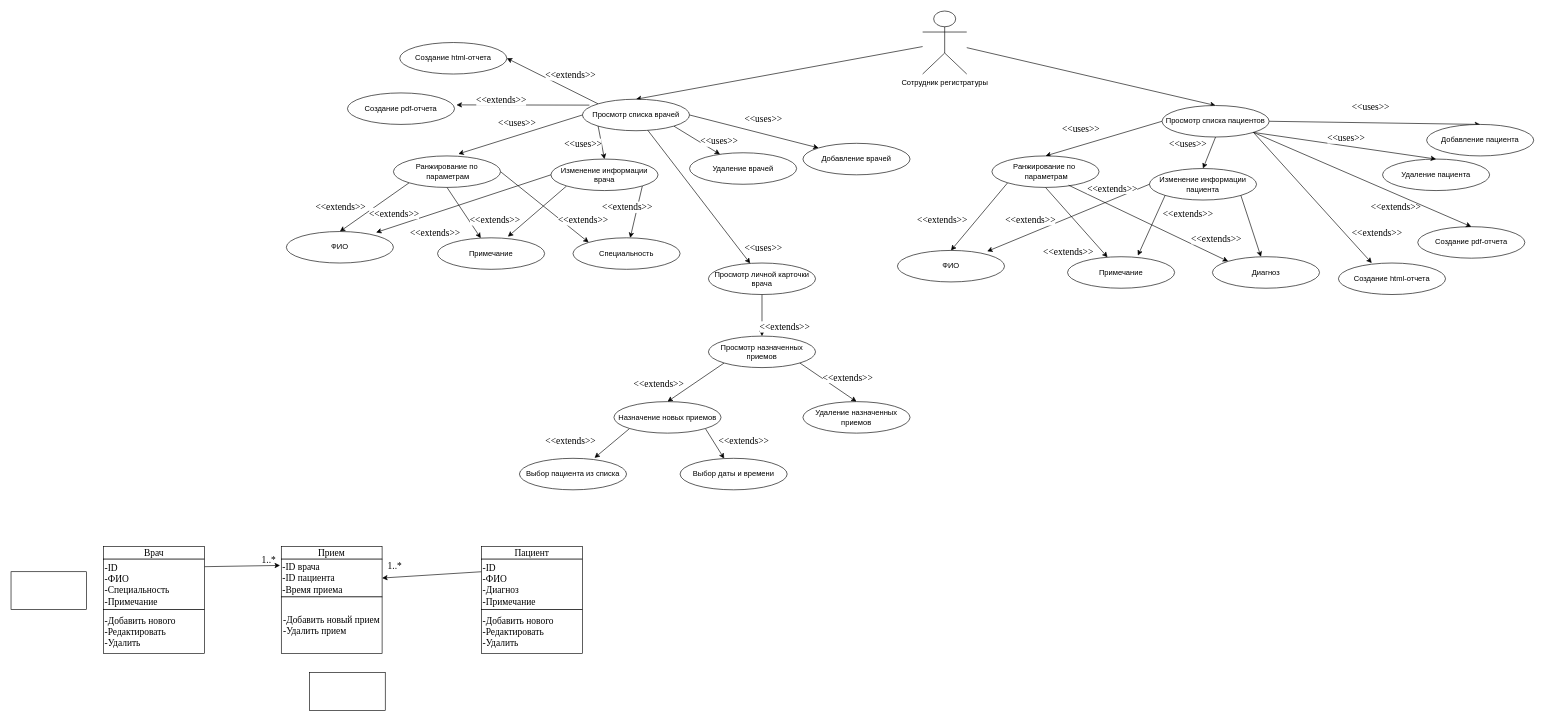
Above: page "Page-1" (1 of 3) of UML/UseCase.drawio in SlepovEltech/HospitalRegistry (draw.io), before the change. Source tidied: cells renumbered, new cells numbered last; positions are measured from the earlier drawing's top-left corner, leaving out a move shared by most shapes. Both pictures are drawn from the tidied source at 63%, with x=0, y=0 at pixel (11, 11).
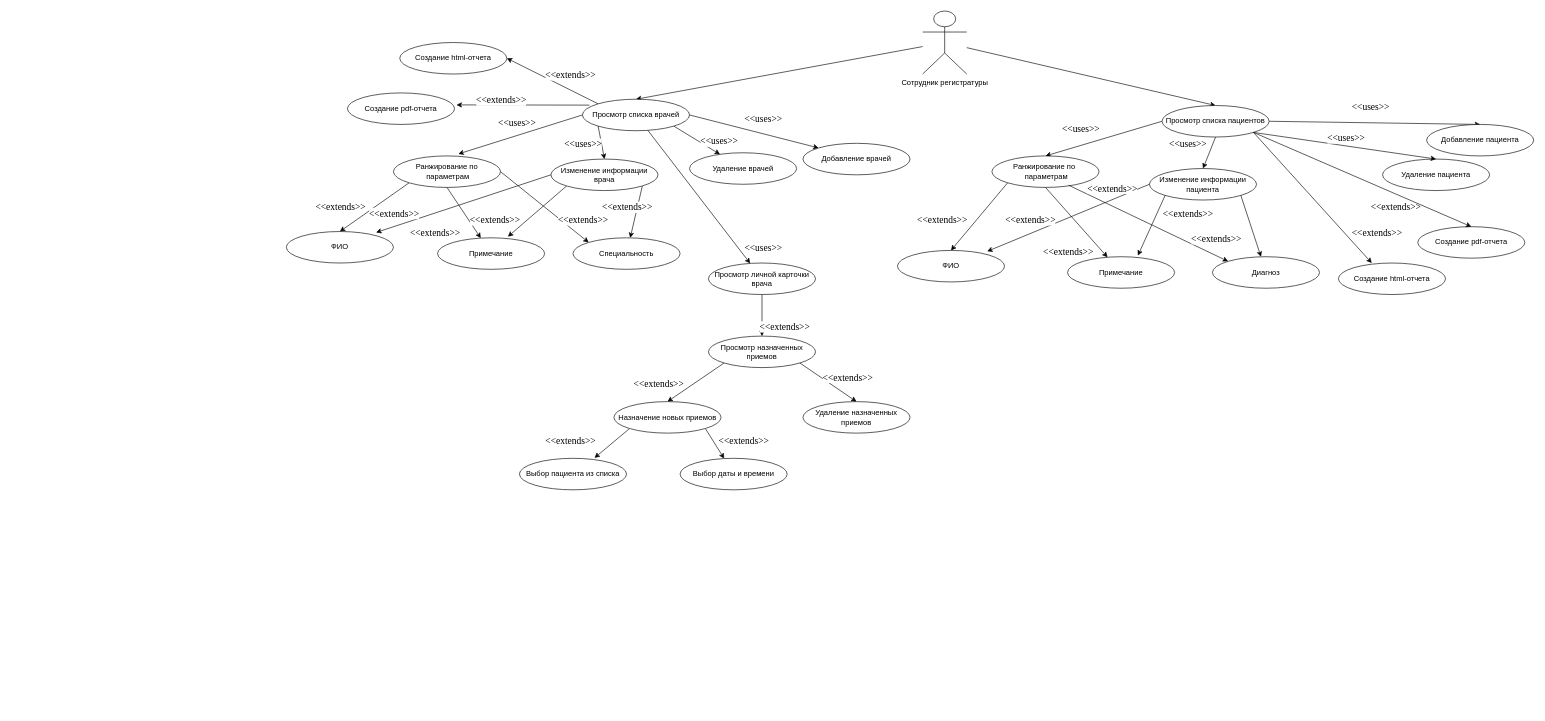
Above is the later version.

The edit, as a diff of the source:
```diff
@@
-    <mxCell id="91" value="Врач" style="rounded=0;whiteSpace=wrap;html=1;fontFamily=Times New Roman;fontSize=15;" parent="1" vertex="1">
-      <mxGeometry x="147" y="850" width="160" height="20" as="geometry" />
-    </mxCell>
-    <mxCell id="92" style="edgeStyle=none;rounded=0;jettySize=auto;html=1;exitX=1;exitY=0.15;exitDx=0;exitDy=0;strokeColor=#000000;fontFamily=Times New Roman;fontSize=15;exitPerimeter=0;" parent="1" edge="1" source="93">
-      <mxGeometry relative="1" as="geometry">
-        <mxPoint x="427" y="880" as="targetPoint" />
-      </mxGeometry>
-    </mxCell>
-    <mxCell id="93" value="-ID&amp;nbsp;&lt;br&gt;-ФИО&lt;br&gt;-Специальность&lt;br&gt;-Примечание" style="rounded=0;whiteSpace=wrap;html=1;fontFamily=Times New Roman;fontSize=15;align=left;" parent="1" vertex="1">
-      <mxGeometry x="147" y="870" width="160" height="80" as="geometry" />
-    </mxCell>
-    <mxCell id="94" value="-Добавить нового&lt;br&gt;-Редактировать&lt;br&gt;-Удалить" style="rounded=0;whiteSpace=wrap;html=1;fontFamily=Times New Roman;fontSize=15;align=left;" parent="1" vertex="1">
-      <mxGeometry x="147" y="950" width="160" height="70" as="geometry" />
-    </mxCell>
-    <mxCell id="95" value="Пациент" style="rounded=0;whiteSpace=wrap;html=1;fontFamily=Times New Roman;fontSize=15;" parent="1" vertex="1">
-      <mxGeometry x="747" y="850" width="160" height="20" as="geometry" />
-    </mxCell>
-    <mxCell id="96" style="edgeStyle=none;rounded=0;jettySize=auto;html=1;exitX=0;exitY=0.25;exitDx=0;exitDy=0;entryX=1;entryY=0.5;entryDx=0;entryDy=0;strokeColor=#000000;fontFamily=Times New Roman;fontSize=15;" parent="1" edge="1" source="97" target="99">
-      <mxGeometry relative="1" as="geometry" />
-    </mxCell>
-    <mxCell id="97" value="-ID&amp;nbsp;&lt;br&gt;-ФИО&lt;br&gt;-Диагноз&lt;br&gt;-Примечание" style="rounded=0;whiteSpace=wrap;html=1;fontFamily=Times New Roman;fontSize=15;align=left;" parent="1" vertex="1">
-      <mxGeometry x="747" y="870" width="160" height="80" as="geometry" />
-    </mxCell>
-    <mxCell id="98" value="Прием" style="rounded=0;whiteSpace=wrap;html=1;fontFamily=Times New Roman;fontSize=15;" parent="1" vertex="1">
-      <mxGeometry x="429" y="850" width="160" height="20" as="geometry" />
-    </mxCell>
-    <mxCell id="99" value="-ID врача&lt;br&gt;-ID пациента&lt;br&gt;-Время приема" style="rounded=0;whiteSpace=wrap;html=1;fontFamily=Times New Roman;fontSize=15;align=left;" parent="1" vertex="1">
-      <mxGeometry x="429" y="870" width="160" height="60" as="geometry" />
-    </mxCell>
-    <mxCell id="100" value="-Добавить новый прием&lt;br&gt;&lt;div style=&quot;text-align: left&quot;&gt;&lt;span&gt;-Удалить прием&lt;/span&gt;&lt;/div&gt;" style="rounded=0;whiteSpace=wrap;html=1;fontFamily=Times New Roman;fontSize=15;" parent="1" vertex="1">
-      <mxGeometry x="429" y="930" width="160" height="90" as="geometry" />
-    </mxCell>
-    <mxCell id="101" value="1..*" style="text;html=1;align=center;verticalAlign=middle;fontSize=15;fontFamily=Times New Roman;" parent="1" vertex="1">
-      <mxGeometry x="389" y="860" width="40" height="20" as="geometry" />
-    </mxCell>
-    <mxCell id="102" value="1..*" style="text;html=1;align=center;verticalAlign=middle;fontSize=15;fontFamily=Times New Roman;" parent="1" vertex="1">
-      <mxGeometry x="589" y="870" width="40" height="20" as="geometry" />
-    </mxCell>
-    <mxCell id="103" style="rounded=0;whiteSpace=wrap;html=1;fontFamily=Times New Roman;fontSize=15;align=left;" parent="1" vertex="1">
-      <mxGeometry x="474" y="1050" width="120" height="60" as="geometry" />
-    </mxCell>
-    <mxCell id="104" style="rounded=0;whiteSpace=wrap;html=1;fontFamily=Times New Roman;fontSize=15;align=left;" parent="1" vertex="1">
-      <mxGeometry y="890" width="120" height="60" as="geometry" />
-    </mxCell>
-    <mxCell id="105" value="-Добавить нового&lt;br&gt;-Редактировать&lt;br&gt;-Удалить" style="rounded=0;whiteSpace=wrap;html=1;fontFamily=Times New Roman;fontSize=15;align=left;" parent="1" vertex="1">
-      <mxGeometry x="747" y="950" width="160" height="70" as="geometry" />
-    </mxCell>
```
